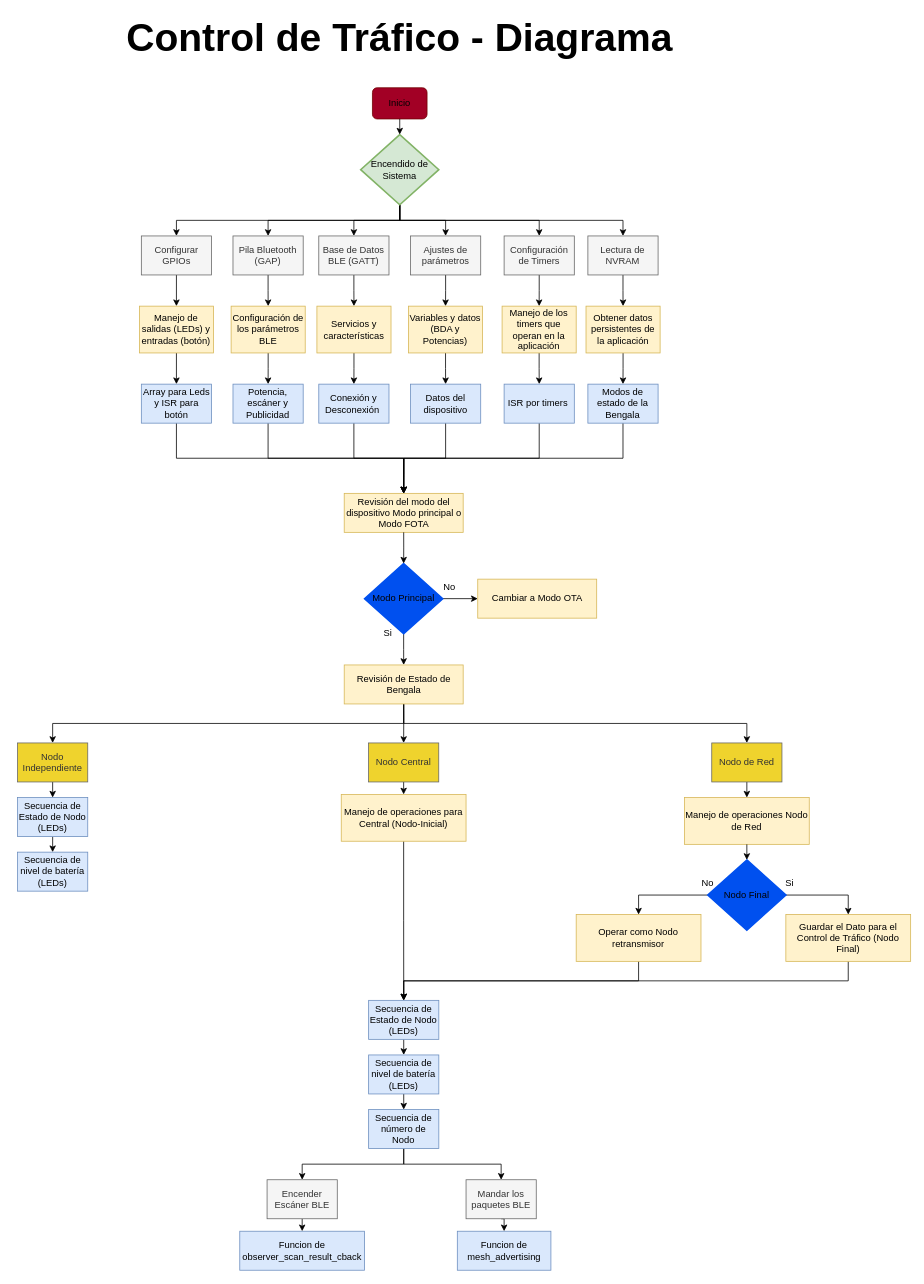
NelsonDavila/Bengala_Diagramas keeps this draw.io diagram as Diagramas_Control_Trafico_Bengala/Diagrama_Bloques_Control_Trafico_main.drawio. Above is the earlier version. Source tidied: cells renumbered, new cells numbered last; positions are measured from the earlier drawing's top-left corner, leaving out a move shared by most shapes. Both pictures are drawn from the tidied source at 78%, with x=0, y=0 at pixel (13, 17).
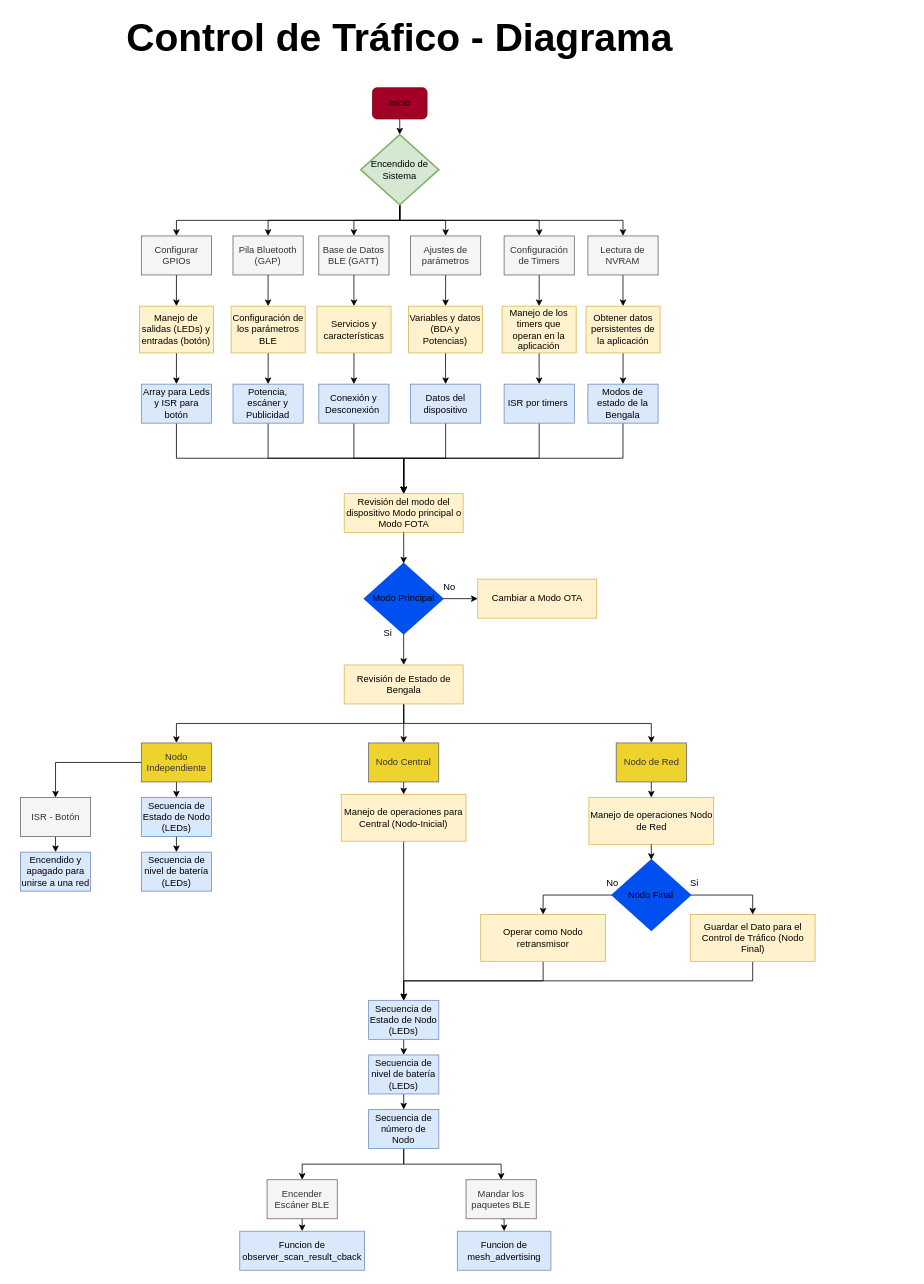
After the change.

The edit, as a diff of the source:
```diff
@@
     <mxCell id="51" value="Nodo de Red" style="rounded=0;whiteSpace=wrap;html=1;fillColor=light-dark(#EFD32D,#2E3117);fontColor=#333333;strokeColor=#666666;" parent="1" vertex="1">
-      <mxGeometry x="895" y="930" width="90" height="50" as="geometry" />
+      <mxGeometry x="772.5" y="930" width="90" height="50" as="geometry" />
     </mxCell>
@@
+    <mxCell id="95" style="edgeStyle=orthogonalEdgeStyle;rounded=0;jettySize=auto;html=1;entryX=0.5;entryY=0;entryDx=0;entryDy=0;" parent="1" edge="1" source="53" target="97">
+      <mxGeometry relative="1" as="geometry" />
+    </mxCell>
     <mxCell id="53" value="Nodo Independiente" style="rounded=0;whiteSpace=wrap;html=1;fillColor=light-dark(#EFD32D,#2E3117);fontColor=#333333;strokeColor=#666666;" parent="1" vertex="1">
-      <mxGeometry x="5" y="930" width="90" height="50" as="geometry" />
+      <mxGeometry x="163.7" y="930" width="90" height="50" as="geometry" />
     </mxCell>
@@
     <mxCell id="68" value="Manejo de operaciones Nodo de Red" style="rounded=0;whiteSpace=wrap;html=1;fillColor=#fff2cc;strokeColor=#d6b656;" parent="1" vertex="1">
-      <mxGeometry x="860" y="1000" width="160" height="60" as="geometry" />
+      <mxGeometry x="737.5" y="1000" width="160" height="60" as="geometry" />
     </mxCell>
@@
     <mxCell id="71" value="Nodo Final" style="strokeWidth=2;html=1;shape=mxgraph.flowchart.decision;whiteSpace=wrap;fillColor=light-dark(#0050EF,#14273A);strokeColor=light-dark(#0050EF,#09121B);" parent="1" vertex="1">
-      <mxGeometry x="889.9" y="1080" width="100.2" height="90" as="geometry" />
+      <mxGeometry x="767.4" y="1080" width="100.2" height="90" as="geometry" />
     </mxCell>
@@
     <mxCell id="73" value="Si" style="text;html=1;whiteSpace=wrap;strokeColor=none;fillColor=none;align=center;verticalAlign=middle;rounded=0;" parent="1" vertex="1">
-      <mxGeometry x="985" y="1100" width="20" height="20" as="geometry" />
+      <mxGeometry x="862.5" y="1100" width="20" height="20" as="geometry" />
     </mxCell>
@@
     <mxCell id="75" value="Guardar el Dato para el Control de Tráfico (Nodo Final)" style="rounded=0;whiteSpace=wrap;html=1;fillColor=#fff2cc;strokeColor=#d6b656;" parent="1" vertex="1">
-      <mxGeometry x="990" y="1150" width="160" height="60" as="geometry" />
+      <mxGeometry x="867.5" y="1150" width="160" height="60" as="geometry" />
     </mxCell>
@@
     <mxCell id="77" value="Operar como Nodo retransmisor" style="rounded=0;whiteSpace=wrap;html=1;fillColor=#fff2cc;strokeColor=#d6b656;" parent="1" vertex="1">
-      <mxGeometry x="721.2" y="1150" width="160" height="60" as="geometry" />
+      <mxGeometry x="598.8" y="1150" width="160" height="60" as="geometry" />
     </mxCell>
     <mxCell id="78" value="No" style="text;html=1;whiteSpace=wrap;strokeColor=none;fillColor=none;align=center;verticalAlign=middle;rounded=0;" parent="1" vertex="1">
-      <mxGeometry x="880" y="1100" width="20" height="20" as="geometry" />
+      <mxGeometry x="757.5" y="1100" width="20" height="20" as="geometry" />
     </mxCell>
@@
     <mxCell id="87" value="Secuencia de Estado de Nodo (LEDs)" style="rounded=0;whiteSpace=wrap;html=1;fillColor=#dae8fc;strokeColor=#6c8ebf;" parent="1" vertex="1">
-      <mxGeometry x="5" y="1000" width="90" height="50" as="geometry" />
+      <mxGeometry x="163.7" y="1000" width="90" height="50" as="geometry" />
     </mxCell>
     <mxCell id="88" value="Secuencia de nivel de batería (LEDs)" style="rounded=0;whiteSpace=wrap;html=1;fillColor=#dae8fc;strokeColor=#6c8ebf;" parent="1" vertex="1">
-      <mxGeometry x="5" y="1070" width="90" height="50" as="geometry" />
+      <mxGeometry x="163.7" y="1070" width="90" height="50" as="geometry" />
     </mxCell>
@@
+    <mxCell id="96" style="edgeStyle=orthogonalEdgeStyle;rounded=0;jettySize=auto;html=1;exitX=0.5;exitY=1;exitDx=0;exitDy=0;entryX=0.5;entryY=0;entryDx=0;entryDy=0;" parent="1" edge="1" source="97" target="98">
+      <mxGeometry relative="1" as="geometry" />
+    </mxCell>
+    <mxCell id="97" value="ISR - Botón" style="rounded=0;whiteSpace=wrap;html=1;fillColor=#f5f5f5;fontColor=#333333;strokeColor=#666666;" parent="1" vertex="1">
+      <mxGeometry x="8.7" y="1000" width="90" height="50" as="geometry" />
+    </mxCell>
+    <mxCell id="98" value="Encendido y apagado para unirse a una red" style="rounded=0;whiteSpace=wrap;html=1;fillColor=#dae8fc;strokeColor=#6c8ebf;" parent="1" vertex="1">
+      <mxGeometry x="8.7" y="1070" width="90" height="50" as="geometry" />
+    </mxCell>
```
